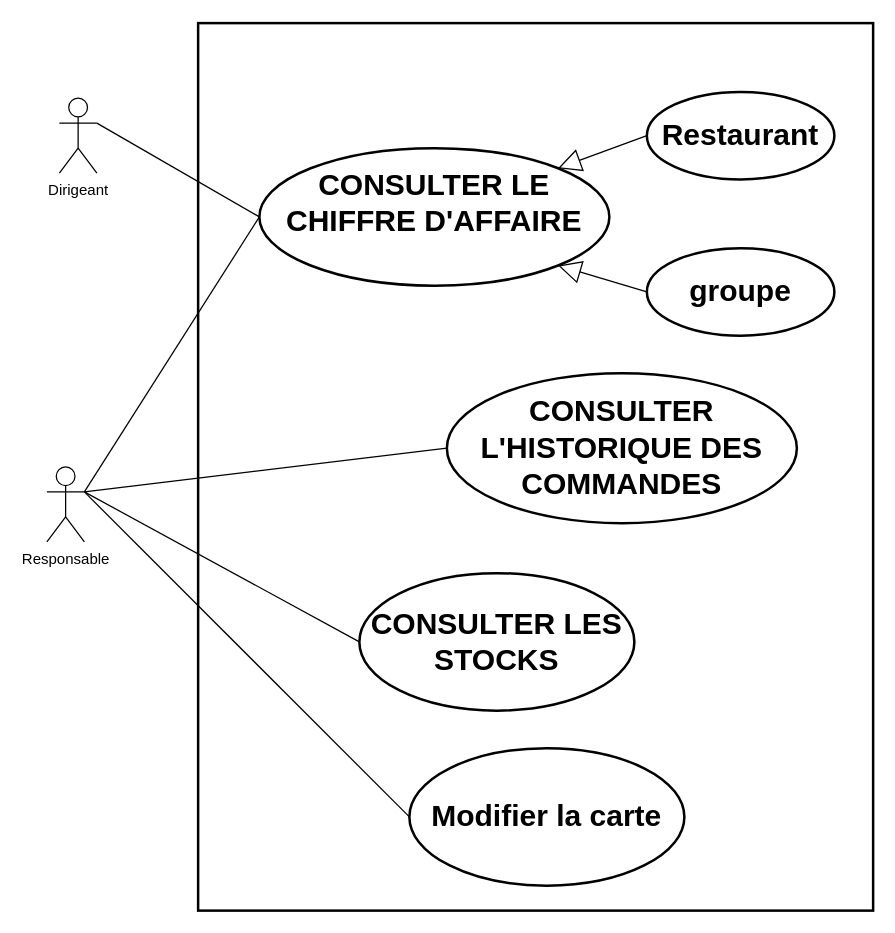
gsagot/oc_p6_ocPizza keeps this draw.io diagram as diagrams/useCase/managementDiagram.drawio. Above is the earlier version. Source tidied: cells renumbered, new cells numbered last; positions are measured from the earlier drawing's top-left corner, leaving out a move shared by most shapes. Both pictures are drawn from the tidied source at 125%, with x=0, y=0 at pixel (46, 22).
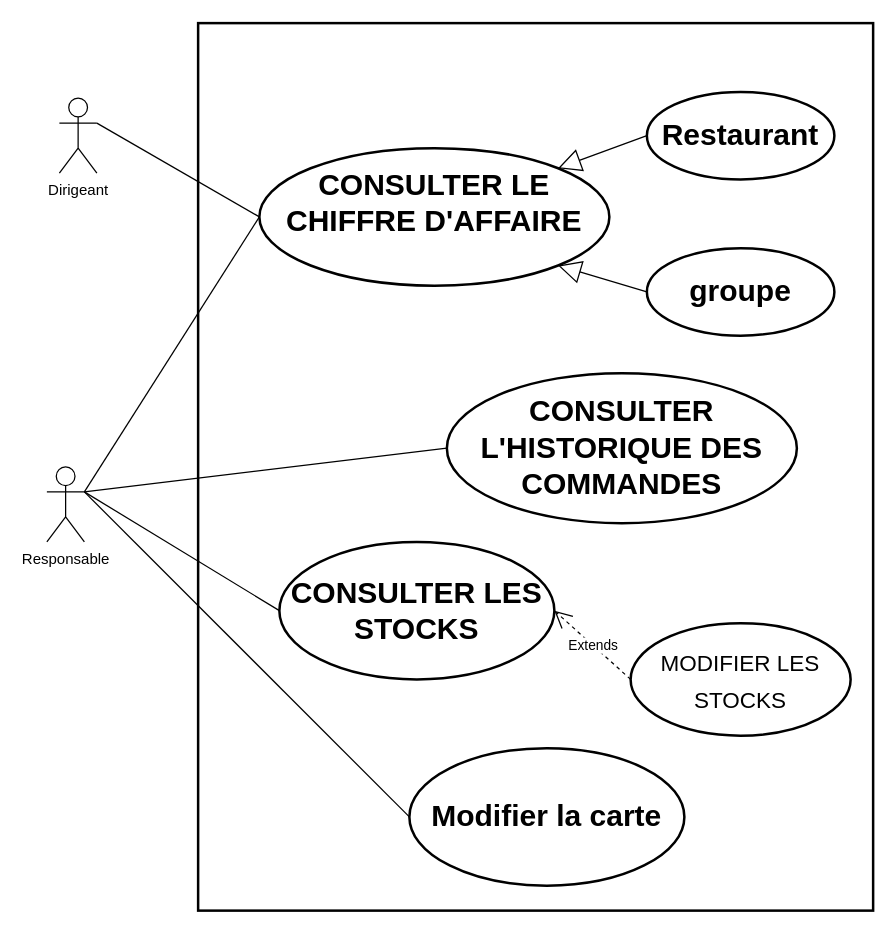
Above is the later version.

Commit message (it also covers changes not shown here):
use case refinements

What changed in the source:
```diff
@@
 <mxGraphModel>
   <root>
     <mxCell id="0" />
     <mxCell id="1" parent="0" />
-    <mxCell id="2" style="html=1;strokeWidth=2;" parent="1" vertex="1">
-      <mxGeometry x="121" width="540" height="710" as="geometry" />
-    </mxCell>
+    <mxCell id="18" style="html=1;strokeWidth=2;" parent="1" vertex="1">
+      <mxGeometry x="121" width="540" height="710" as="geometry" />
+    </mxCell>
     <mxCell id="3" value="Responsable" style="shape=umlActor;verticalLabelPosition=bottom;verticalAlign=top;html=1;" parent="1" vertex="1">
       <mxGeometry y="355" width="30" height="60" as="geometry" />
     </mxCell>
     <mxCell id="4" style="endArrow=none;endFill=1;endSize=12;html=1;exitX=1;exitY=0.3333333333333333;exitDx=0;exitDy=0;exitPerimeter=0;entryX=0;entryY=0.5;entryDx=0;entryDy=0;" parent="1" edge="1" source="3" target="5">
       <mxGeometry relative="1" as="geometry" />
     </mxCell>
     <mxCell id="5" value="&lt;h1&gt;Modifier la carte&lt;/h1&gt;" style="ellipse;whiteSpace=wrap;html=1;strokeWidth=2;" parent="1" vertex="1">
       <mxGeometry x="290" y="580" width="220" height="110" as="geometry" />
     </mxCell>
     <mxCell id="6" value="&lt;h1&gt;CONSULTER LES STOCKS&lt;/h1&gt;" style="ellipse;whiteSpace=wrap;html=1;strokeWidth=2;" parent="1" vertex="1">
-      <mxGeometry x="250" y="440" width="220" height="110" as="geometry" />
+      <mxGeometry x="186" y="415" width="220" height="110" as="geometry" />
     </mxCell>
     <mxCell id="7" style="endArrow=none;endFill=1;endSize=12;html=1;exitX=1;exitY=0.3333333333333333;exitDx=0;exitDy=0;exitPerimeter=0;entryX=0;entryY=0.5;entryDx=0;entryDy=0;" parent="1" edge="1" source="3" target="6">
       <mxGeometry relative="1" as="geometry" />
     </mxCell>
     <mxCell id="8" value="&lt;h1&gt;CONSULTER L'HISTORIQUE DES COMMANDES&lt;/h1&gt;" style="ellipse;whiteSpace=wrap;html=1;strokeWidth=2;" parent="1" vertex="1">
       <mxGeometry x="320" y="280" width="280" height="120" as="geometry" />
     </mxCell>
     <mxCell id="9" value="&lt;h2&gt;&lt;font style=&quot;font-size: 24px&quot;&gt;CONSULTER LE CHIFFRE D'AFFAIRE&lt;br&gt;&lt;/font&gt;&lt;br&gt;&lt;/h2&gt;" style="ellipse;whiteSpace=wrap;html=1;strokeWidth=2;" parent="1" vertex="1">
       <mxGeometry x="170" y="100" width="280" height="110" as="geometry" />
     </mxCell>
     <mxCell id="10" style="endArrow=none;endFill=1;endSize=12;html=1;exitX=1;exitY=0.3333333333333333;exitDx=0;exitDy=0;exitPerimeter=0;entryX=0;entryY=0.5;entryDx=0;entryDy=0;" parent="1" edge="1" source="3" target="9">
       <mxGeometry relative="1" as="geometry" />
     </mxCell>
     <mxCell id="11" style="endArrow=none;endFill=1;endSize=12;html=1;exitX=1;exitY=0.3333333333333333;exitDx=0;exitDy=0;exitPerimeter=0;entryX=0;entryY=0.5;entryDx=0;entryDy=0;" parent="1" edge="1" source="3" target="8">
       <mxGeometry relative="1" as="geometry" />
     </mxCell>
     <mxCell id="12" value="Dirigeant" style="shape=umlActor;verticalLabelPosition=bottom;verticalAlign=top;html=1;" parent="1" vertex="1">
       <mxGeometry x="10" y="60" width="30" height="60" as="geometry" />
     </mxCell>
     <mxCell id="13" style="endArrow=none;endFill=1;endSize=12;html=1;exitX=1;exitY=0.3333333333333333;exitDx=0;exitDy=0;exitPerimeter=0;entryX=0;entryY=0.5;entryDx=0;entryDy=0;" parent="1" edge="1" source="12" target="9">
       <mxGeometry relative="1" as="geometry" />
     </mxCell>
     <mxCell id="14" value="&lt;h2&gt;&lt;font size=&quot;5&quot;&gt;groupe&lt;/font&gt;&lt;/h2&gt;" style="ellipse;whiteSpace=wrap;html=1;strokeWidth=2;" parent="1" vertex="1">
       <mxGeometry x="480" y="180" width="150" height="70" as="geometry" />
     </mxCell>
     <mxCell id="15" value="&lt;h2&gt;&lt;font size=&quot;5&quot;&gt;Restaurant&lt;/font&gt;&lt;/h2&gt;" style="ellipse;whiteSpace=wrap;html=1;strokeWidth=2;" parent="1" vertex="1">
       <mxGeometry x="480" y="55" width="150" height="70" as="geometry" />
     </mxCell>
     <mxCell id="16" style="endArrow=block;endSize=16;endFill=0;html=1;exitX=0;exitY=0.5;exitDx=0;exitDy=0;entryX=1;entryY=0;entryDx=0;entryDy=0;" parent="1" edge="1" source="15" target="9">
       <mxGeometry relative="1" as="geometry" />
     </mxCell>
     <mxCell id="17" style="endArrow=block;endSize=16;endFill=0;html=1;exitX=0;exitY=0.5;exitDx=0;exitDy=0;entryX=1;entryY=1;entryDx=0;entryDy=0;" parent="1" edge="1" source="14" target="9">
       <mxGeometry relative="1" as="geometry" />
     </mxCell>
+    <mxCell id="19" value="&lt;h1&gt;&lt;span style=&quot;font-weight: normal&quot;&gt;&lt;font style=&quot;font-size: 18px&quot;&gt;MODIFIER LES STOCKS&lt;/font&gt;&lt;/span&gt;&lt;/h1&gt;" style="ellipse;whiteSpace=wrap;html=1;strokeWidth=2;" parent="1" vertex="1">
+      <mxGeometry x="467" y="480" width="176" height="90" as="geometry" />
+    </mxCell>
+    <mxCell id="20" value="Extends" style="endArrow=open;endSize=12;dashed=1;html=1;entryX=1;entryY=0.5;entryDx=0;entryDy=0;exitX=0;exitY=0.5;exitDx=0;exitDy=0;" parent="1" edge="1" source="19" target="6">
+      <mxGeometry relative="1" as="geometry" />
+    </mxCell>
   </root>
 </mxGraphModel>
```
